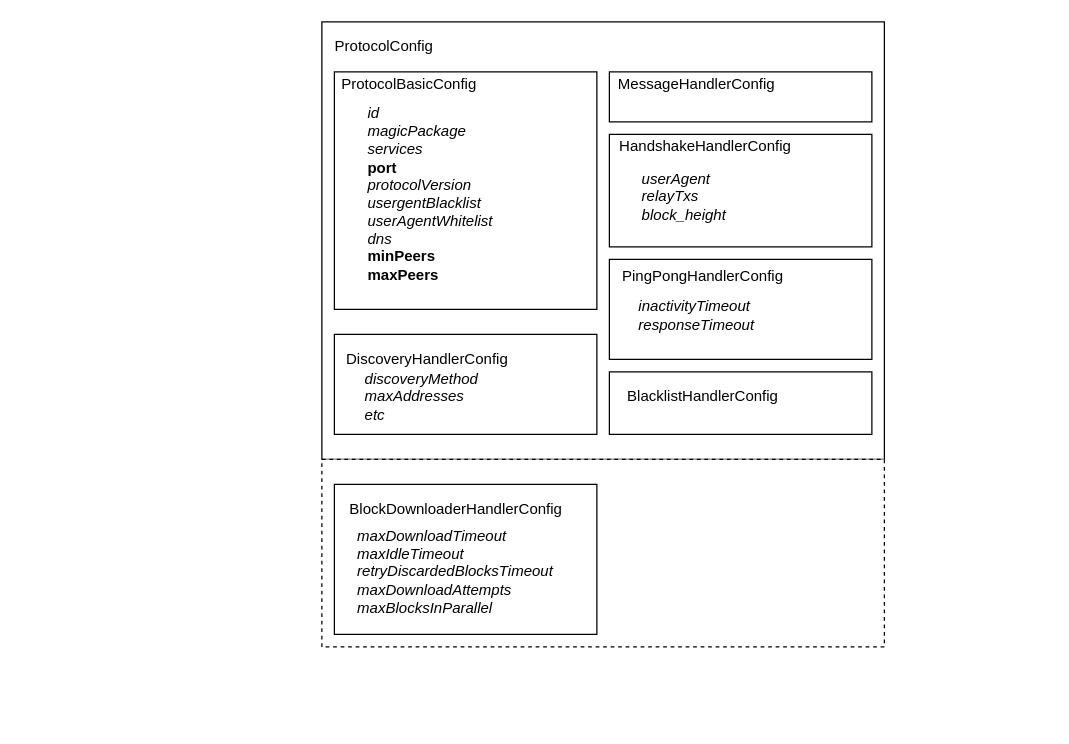
Above: net/doc/AdvanceConfig.drawio in bitcoin-sv/bsv-components-library (draw.io), before the change. Source tidied: cells renumbered, new cells numbered last; positions are measured from the earlier drawing's top-left corner, leaving out a move shared by most shapes. Both pictures are drawn from the tidied source at 125%, with x=0, y=0 at pixel (321, 21).
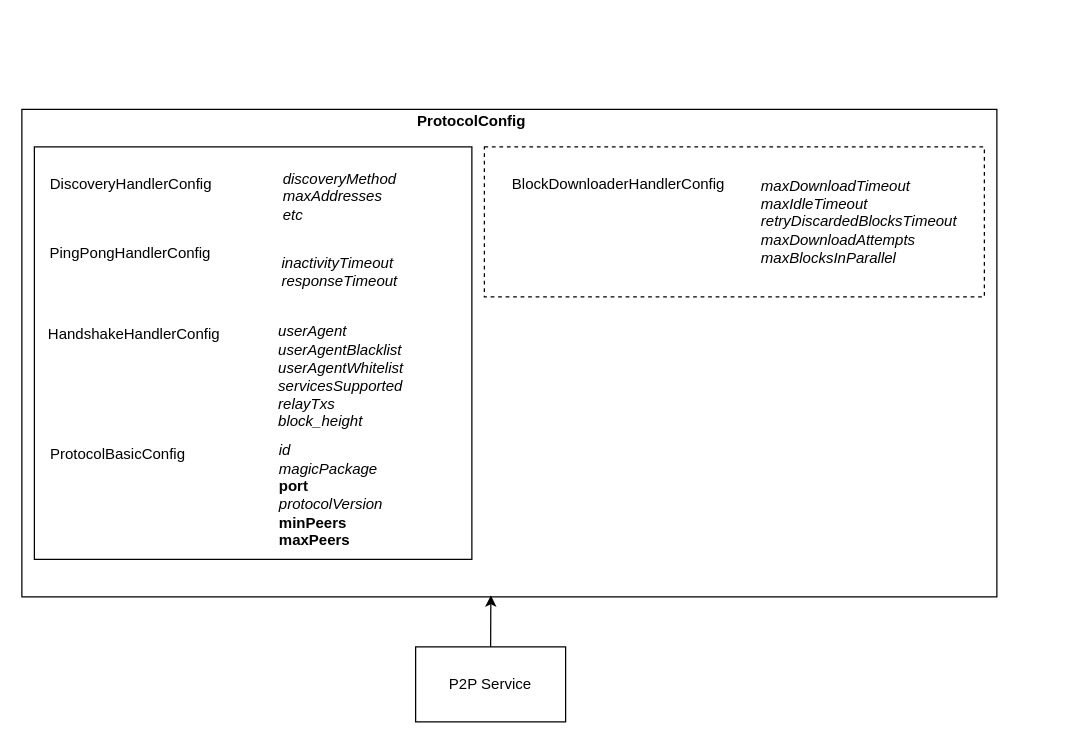
The same diagram, later.

Diff of the diagram source:
```diff
@@
+    <mxCell id="31" style="rounded=0;whiteSpace=wrap;html=1;" parent="1" vertex="1">
+      <mxGeometry x="-240" y="70" width="780" height="390" as="geometry" />
+    </mxCell>
     <mxCell id="2" style="rounded=0;whiteSpace=wrap;html=1;" parent="1" vertex="1">
-      <mxGeometry width="450" height="350" as="geometry" />
+      <mxGeometry x="-230" y="100" width="350" height="330" as="geometry" />
     </mxCell>
-    <mxCell id="3" value="ProtocolConfig" style="text;html=1;strokeColor=none;fillColor=none;align=center;verticalAlign=middle;whiteSpace=wrap;rounded=0;" parent="1" vertex="1">
-      <mxGeometry x="30" y="10" width="40" height="20" as="geometry" />
+    <mxCell id="3" value="&lt;b&gt;ProtocolConfig&lt;/b&gt;" style="text;html=1;strokeColor=none;fillColor=none;align=center;verticalAlign=middle;whiteSpace=wrap;rounded=0;" parent="1" vertex="1">
+      <mxGeometry x="100" y="70" width="40" height="20" as="geometry" />
     </mxCell>
-    <mxCell id="4" style="group;" parent="1" vertex="1">
-      <mxGeometry x="10" y="370" width="440" height="130" as="geometry" />
-    </mxCell>
-    <mxCell id="5" style="rounded=0;whiteSpace=wrap;html=1;dashed=1;" parent="4" vertex="1">
-      <mxGeometry x="-10" y="-20" width="450" height="150" as="geometry" />
-    </mxCell>
-    <mxCell id="6" style="rounded=0;whiteSpace=wrap;html=1;" parent="4" vertex="1">
-      <mxGeometry width="210" height="120" as="geometry" />
-    </mxCell>
-    <mxCell id="7" value="BlockDownloaderHandlerConfig" style="text;html=1;strokeColor=none;fillColor=none;align=center;verticalAlign=middle;whiteSpace=wrap;rounded=0;" parent="4" vertex="1">
-      <mxGeometry x="15" y="10" width="165" height="20" as="geometry" />
-    </mxCell>
-    <mxCell id="8" value="&lt;div style=&quot;text-align: left&quot;&gt;&lt;i&gt;maxDownloadTimeout&lt;/i&gt;&lt;/div&gt;&lt;div style=&quot;text-align: left&quot;&gt;&lt;i&gt;maxIdleTimeout&lt;/i&gt;&lt;/div&gt;&lt;div style=&quot;text-align: left&quot;&gt;&lt;i&gt;retryDiscardedBlocksTimeout&lt;/i&gt;&lt;/div&gt;&lt;div style=&quot;text-align: left&quot;&gt;&lt;i&gt;maxDownloadAttempts&lt;/i&gt;&lt;/div&gt;&lt;div style=&quot;text-align: left&quot;&gt;&lt;i&gt;maxBlocksInParallel&lt;/i&gt;&lt;/div&gt;" style="text;html=1;strokeColor=none;fillColor=none;align=center;verticalAlign=middle;whiteSpace=wrap;rounded=0;" parent="4" vertex="1">
-      <mxGeometry x="7" y="30" width="180" height="80" as="geometry" />
-    </mxCell>
-    <mxCell id="9" style="group;" parent="1" vertex="1">
-      <mxGeometry x="230" y="280" width="210" height="50" as="geometry" />
-    </mxCell>
-    <mxCell id="10" style="rounded=0;whiteSpace=wrap;html=1;" parent="9" vertex="1">
-      <mxGeometry width="210" height="50" as="geometry" />
-    </mxCell>
-    <mxCell id="11" value="BlacklistHandlerConfig" style="text;html=1;strokeColor=none;fillColor=none;align=center;verticalAlign=middle;whiteSpace=wrap;rounded=0;" parent="9" vertex="1">
-      <mxGeometry x="14.5" y="10" width="120" height="20" as="geometry" />
-    </mxCell>
     <mxCell id="12" style="group;" parent="1" vertex="1">
-      <mxGeometry x="10" y="250" width="210" height="80" as="geometry" />
+      <mxGeometry x="-220" y="90" width="450" height="80" as="geometry" />
     </mxCell>
-    <mxCell id="13" style="rounded=0;whiteSpace=wrap;html=1;" parent="12" vertex="1">
-      <mxGeometry width="210" height="80" as="geometry" />
-    </mxCell>
     <mxCell id="14" value="DiscoveryHandlerConfig" style="text;html=1;strokeColor=none;fillColor=none;align=center;verticalAlign=middle;whiteSpace=wrap;rounded=0;" parent="12" vertex="1">
-      <mxGeometry x="7" y="10" width="135" height="20" as="geometry" />
+      <mxGeometry x="-10" y="30" width="155" height="20" as="geometry" />
     </mxCell>
     <mxCell id="15" value="&lt;div style=&quot;text-align: left&quot;&gt;&lt;i&gt;discoveryMethod&lt;/i&gt;&lt;/div&gt;&lt;div style=&quot;text-align: left&quot;&gt;&lt;i&gt;maxAddresses&lt;/i&gt;&lt;/div&gt;&lt;div style=&quot;text-align: left&quot;&gt;&lt;i&gt;etc&lt;/i&gt;&lt;/div&gt;" style="text;html=1;strokeColor=none;fillColor=none;align=center;verticalAlign=middle;whiteSpace=wrap;rounded=0;" parent="12" vertex="1">
-      <mxGeometry x="10" y="20" width="120" height="60" as="geometry" />
+      <mxGeometry x="170" y="20" width="128.6" height="60" as="geometry" />
     </mxCell>
     <mxCell id="16" style="group;" parent="1" vertex="1">
-      <mxGeometry x="230" y="190" width="210" height="80" as="geometry" />
+      <mxGeometry x="-220" y="170" width="800" height="80" as="geometry" />
     </mxCell>
-    <mxCell id="17" style="rounded=0;whiteSpace=wrap;html=1;" parent="16" vertex="1">
-      <mxGeometry width="210" height="80" as="geometry" />
-    </mxCell>
     <mxCell id="18" value="PingPongHandlerConfig" style="text;html=1;strokeColor=none;fillColor=none;align=center;verticalAlign=middle;whiteSpace=wrap;rounded=0;" parent="16" vertex="1">
-      <mxGeometry x="15" y="4" width="120" height="20" as="geometry" />
+      <mxGeometry x="-13" y="7.5" width="159.9" height="15" as="geometry" />
     </mxCell>
     <mxCell id="19" value="&lt;div style=&quot;text-align: left&quot;&gt;&lt;i&gt;inactivityTimeout&lt;/i&gt;&lt;/div&gt;&lt;div style=&quot;text-align: left&quot;&gt;&lt;i&gt;responseTimeout&lt;/i&gt;&lt;/div&gt;" style="text;html=1;strokeColor=none;fillColor=none;align=center;verticalAlign=middle;whiteSpace=wrap;rounded=0;" parent="16" vertex="1">
-      <mxGeometry x="10" y="15" width="120" height="60" as="geometry" />
+      <mxGeometry x="170" y="7.5" width="128.6" height="45" as="geometry" />
     </mxCell>
+    <mxCell id="4" style="group;" parent="16" vertex="1">
+      <mxGeometry x="360" y="-50" width="440" height="130" as="geometry" />
+    </mxCell>
+    <mxCell id="5" style="rounded=0;whiteSpace=wrap;html=1;dashed=1;" parent="4" vertex="1">
+      <mxGeometry x="-10" y="-20" width="400" height="120" as="geometry" />
+    </mxCell>
+    <mxCell id="7" value="BlockDownloaderHandlerConfig" style="text;html=1;strokeColor=none;fillColor=none;align=center;verticalAlign=middle;whiteSpace=wrap;rounded=0;" parent="4" vertex="1">
+      <mxGeometry x="15" width="165" height="20" as="geometry" />
+    </mxCell>
+    <mxCell id="8" value="&lt;div style=&quot;text-align: left&quot;&gt;&lt;i&gt;maxDownloadTimeout&lt;/i&gt;&lt;/div&gt;&lt;div style=&quot;text-align: left&quot;&gt;&lt;i&gt;maxIdleTimeout&lt;/i&gt;&lt;/div&gt;&lt;div style=&quot;text-align: left&quot;&gt;&lt;i&gt;retryDiscardedBlocksTimeout&lt;/i&gt;&lt;/div&gt;&lt;div style=&quot;text-align: left&quot;&gt;&lt;i&gt;maxDownloadAttempts&lt;/i&gt;&lt;/div&gt;&lt;div style=&quot;text-align: left&quot;&gt;&lt;i&gt;maxBlocksInParallel&lt;/i&gt;&lt;/div&gt;" style="text;html=1;strokeColor=none;fillColor=none;align=center;verticalAlign=middle;whiteSpace=wrap;rounded=0;" parent="4" vertex="1">
+      <mxGeometry x="200" width="180" height="80" as="geometry" />
+    </mxCell>
     <mxCell id="20" style="group;" parent="1" vertex="1">
-      <mxGeometry x="230" y="90" width="210" height="90" as="geometry" />
+      <mxGeometry x="-220" y="210.2" width="450" height="119.8" as="geometry" />
     </mxCell>
-    <mxCell id="21" style="rounded=0;whiteSpace=wrap;html=1;" parent="20" vertex="1">
-      <mxGeometry width="210" height="90" as="geometry" />
-    </mxCell>
     <mxCell id="22" value="HandshakeHandlerConfig" style="text;html=1;strokeColor=none;fillColor=none;align=center;verticalAlign=middle;whiteSpace=wrap;rounded=0;" parent="20" vertex="1">
-      <mxGeometry x="17" width="120" height="20" as="geometry" />
+      <mxGeometry x="-4.8" y="31.1" width="150" height="17.8" as="geometry" />
     </mxCell>
-    <mxCell id="23" value="&lt;div style=&quot;text-align: left&quot;&gt;&lt;i&gt;userAgent&lt;/i&gt;&lt;/div&gt;&lt;div style=&quot;text-align: left&quot;&gt;&lt;i&gt;relayTxs&lt;/i&gt;&lt;/div&gt;&lt;div style=&quot;text-align: left&quot;&gt;&lt;i&gt;block_height&lt;/i&gt;&lt;/div&gt;" style="text;html=1;strokeColor=none;fillColor=none;align=center;verticalAlign=middle;whiteSpace=wrap;rounded=0;" parent="20" vertex="1">
-      <mxGeometry x="20" y="20" width="80" height="60" as="geometry" />
-    </mxCell>
-    <mxCell id="24" style="group;" parent="1" vertex="1">
-      <mxGeometry x="230" y="40" width="210" height="40" as="geometry" />
-    </mxCell>
-    <mxCell id="25" style="rounded=0;whiteSpace=wrap;html=1;" parent="24" vertex="1">
-      <mxGeometry width="210" height="40" as="geometry" />
-    </mxCell>
-    <mxCell id="26" value="MessageHandlerConfig" style="text;html=1;strokeColor=none;fillColor=none;align=center;verticalAlign=middle;whiteSpace=wrap;rounded=0;" parent="24" vertex="1">
-      <mxGeometry x="10" width="120" height="20" as="geometry" />
-    </mxCell>
     <mxCell id="27" style="group;" parent="1" vertex="1">
-      <mxGeometry x="10" y="40" width="210" height="190" as="geometry" />
+      <mxGeometry x="-230" y="330" width="400" height="100" as="geometry" />
     </mxCell>
-    <mxCell id="28" style="rounded=0;whiteSpace=wrap;html=1;" parent="27" vertex="1">
-      <mxGeometry width="210" height="190" as="geometry" />
-    </mxCell>
     <mxCell id="29" value="ProtocolBasicConfig" style="text;html=1;strokeColor=none;fillColor=none;align=center;verticalAlign=middle;whiteSpace=wrap;rounded=0;" parent="27" vertex="1">
-      <mxGeometry width="120" height="20" as="geometry" />
+      <mxGeometry x="12.2" y="8" width="110.3" height="16" as="geometry" />
     </mxCell>
-    <mxCell id="30" value="&lt;div style=&quot;text-align: left&quot;&gt;&lt;span&gt;&lt;i&gt;id&lt;/i&gt;&lt;/span&gt;&lt;/div&gt;&lt;div style=&quot;text-align: left&quot;&gt;&lt;span&gt;&lt;i&gt;magicPackage&lt;/i&gt;&lt;/span&gt;&lt;/div&gt;&lt;div style=&quot;text-align: left&quot;&gt;&lt;span&gt;&lt;i&gt;services&lt;/i&gt;&lt;/span&gt;&lt;/div&gt;&lt;div style=&quot;text-align: left&quot;&gt;&lt;span&gt;&lt;b&gt;port&lt;/b&gt;&lt;/span&gt;&lt;/div&gt;&lt;div style=&quot;text-align: left&quot;&gt;&lt;span&gt;&lt;i&gt;protocolVersion&lt;/i&gt;&lt;/span&gt;&lt;/div&gt;&lt;div style=&quot;text-align: left&quot;&gt;&lt;span&gt;&lt;i&gt;usergentBlacklist&lt;/i&gt;&lt;/span&gt;&lt;/div&gt;&lt;div style=&quot;text-align: left&quot;&gt;&lt;span&gt;&lt;i&gt;userAgentWhitelist&lt;/i&gt;&lt;/span&gt;&lt;/div&gt;&lt;div style=&quot;text-align: left&quot;&gt;&lt;span&gt;&lt;i&gt;dns&lt;/i&gt;&lt;/span&gt;&lt;/div&gt;&lt;div style=&quot;text-align: left&quot;&gt;&lt;span&gt;&lt;b&gt;minPeers&lt;/b&gt;&lt;/span&gt;&lt;/div&gt;&lt;div style=&quot;text-align: left&quot;&gt;&lt;span&gt;&lt;b&gt;maxPeers&lt;/b&gt;&lt;/span&gt;&lt;/div&gt;&lt;div style=&quot;text-align: left&quot;&gt;&lt;span&gt;&lt;i&gt;&lt;br&gt;&lt;/i&gt;&lt;/span&gt;&lt;/div&gt;" style="text;html=1;strokeColor=none;fillColor=none;align=center;verticalAlign=middle;whiteSpace=wrap;rounded=0;" parent="27" vertex="1">
-      <mxGeometry x="7" y="20" width="140" height="170" as="geometry" />
+    <mxCell id="30" value="&lt;div style=&quot;text-align: left&quot;&gt;&lt;span&gt;&lt;i&gt;id&lt;/i&gt;&lt;/span&gt;&lt;/div&gt;&lt;div style=&quot;text-align: left&quot;&gt;&lt;span&gt;&lt;i&gt;magicPackage&lt;/i&gt;&lt;/span&gt;&lt;/div&gt;&lt;div style=&quot;text-align: left&quot;&gt;&lt;span&gt;&lt;b&gt;port&lt;/b&gt;&lt;/span&gt;&lt;/div&gt;&lt;div style=&quot;text-align: left&quot;&gt;&lt;span&gt;&lt;i&gt;protocolVersion&lt;/i&gt;&lt;/span&gt;&lt;/div&gt;&lt;div style=&quot;text-align: left&quot;&gt;&lt;span&gt;&lt;b&gt;minPeers&lt;/b&gt;&lt;/span&gt;&lt;/div&gt;&lt;div style=&quot;text-align: left&quot;&gt;&lt;span&gt;&lt;b&gt;maxPeers&lt;/b&gt;&lt;/span&gt;&lt;/div&gt;&lt;div style=&quot;text-align: left&quot;&gt;&lt;span&gt;&lt;i&gt;&lt;br&gt;&lt;/i&gt;&lt;/span&gt;&lt;/div&gt;" style="text;html=1;strokeColor=none;fillColor=none;align=center;verticalAlign=middle;whiteSpace=wrap;rounded=0;" parent="27" vertex="1">
+      <mxGeometry x="152.9" y="8" width="168.8" height="96" as="geometry" />
     </mxCell>
+    <mxCell id="32" value="P2P Service" style="rounded=0;whiteSpace=wrap;html=1;" parent="1" vertex="1">
+      <mxGeometry x="75" y="500" width="120" height="60" as="geometry" />
+    </mxCell>
+    <mxCell id="23" value="&lt;div style=&quot;text-align: left&quot;&gt;&lt;i&gt;userAgent&lt;/i&gt;&lt;/div&gt;&lt;div style=&quot;text-align: left&quot;&gt;&lt;i&gt;userAgentBlacklist&lt;/i&gt;&lt;/div&gt;&lt;div style=&quot;text-align: left&quot;&gt;&lt;i&gt;userAgentWhitelist&lt;/i&gt;&lt;/div&gt;&lt;div style=&quot;text-align: left&quot;&gt;&lt;i&gt;servicesSupported&lt;/i&gt;&lt;/div&gt;&lt;div style=&quot;text-align: left&quot;&gt;&lt;i&gt;relayTxs&lt;/i&gt;&lt;/div&gt;&lt;div style=&quot;text-align: left&quot;&gt;&lt;i&gt;block_height&lt;/i&gt;&lt;/div&gt;" style="text;html=1;strokeColor=none;fillColor=none;align=center;verticalAlign=middle;whiteSpace=wrap;rounded=0;" parent="1" vertex="1">
+      <mxGeometry x="-60" y="238.9" width="151.4" height="91.1" as="geometry" />
+    </mxCell>
+    <mxCell id="33" style="endArrow=classic;html=1;exitX=0.5;exitY=0;exitDx=0;exitDy=0;entryX=0.481;entryY=0.997;entryDx=0;entryDy=0;entryPerimeter=0;" parent="1" edge="1" source="32" target="31">
+      <mxGeometry relative="1" as="geometry" />
+    </mxCell>
```
